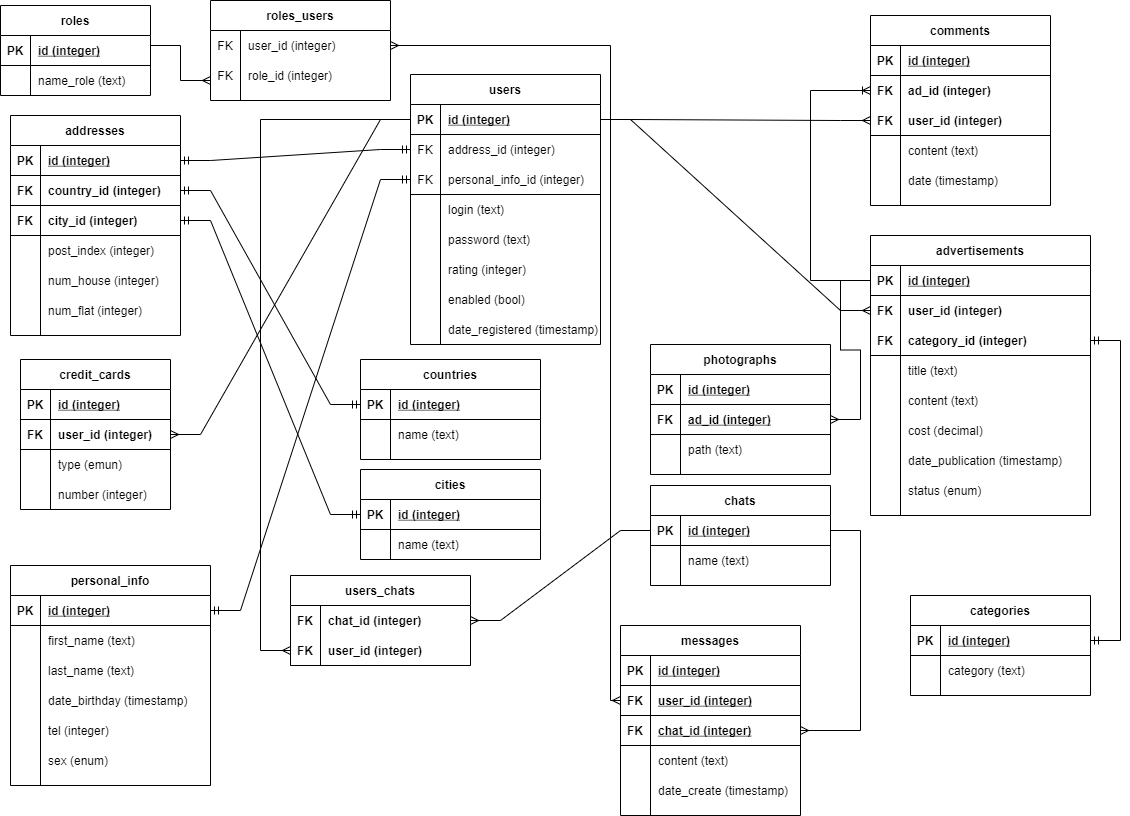
The draw.io diagram DiagramaSQL/ER-diagram.png in ElisBuh/PrivateAdvertisements, before a commit. Source tidied: cells renumbered, new cells last; positions are measured from the earlier drawing's top-left corner, leaving out a move shared by most shapes.
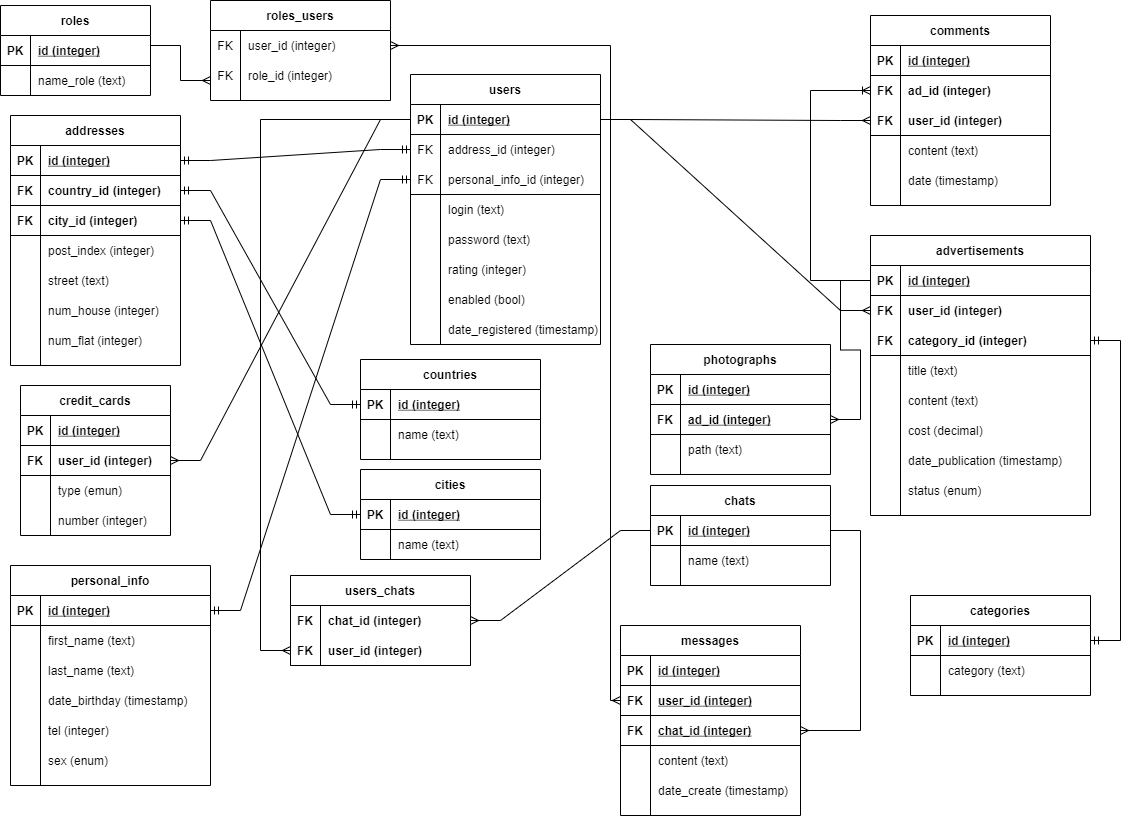
After the change.

Diff of the diagram source:
```diff
@@ -99,7 +99,7 @@
       <mxGeometry x="30" width="160" height="30" as="geometry" />
     </mxCell>
     <mxCell id="34" value="addresses" style="shape=table;startSize=30;rowLines=0;fontStyle=1;align=center;strokeColor=default;fillColor=none;" parent="1" vertex="1">
-      <mxGeometry x="10" y="115" width="170" height="220" as="geometry" />
+      <mxGeometry x="10" y="115" width="170" height="250" as="geometry" />
     </mxCell>
     <mxCell id="35" style="shape=partialRectangle;fillColor=none;top=0;left=0;bottom=1;right=0;points=[[0,0.5],[1,0.5]];portConstraint=eastwest;strokeColor=default;align=left;" parent="34" vertex="1">
       <mxGeometry y="30" width="170" height="30" as="geometry" />
@@ -128,17 +128,26 @@
     <mxCell id="43" value="city_id (integer)" style="shape=partialRectangle;fillColor=none;top=0;left=0;bottom=0;right=0;align=left;spacingLeft=6;fontStyle=1;overflow=hidden;strokeColor=default;" parent="41" vertex="1">
       <mxGeometry x="30" width="140" height="30" as="geometry" />
     </mxCell>
+    <mxCell id="210" style="shape=partialRectangle;fillColor=none;top=0;left=0;bottom=0;right=0;strokeColor=default;align=left;" parent="34" vertex="1">
+      <mxGeometry y="120" width="170" height="30" as="geometry" />
+    </mxCell>
+    <mxCell id="211" style="shape=partialRectangle;fillColor=none;top=0;left=0;bottom=0;right=0;overflow=hidden;strokeColor=default;align=left;" parent="210" vertex="1">
+      <mxGeometry width="30" height="30" as="geometry" />
+    </mxCell>
+    <mxCell id="212" value="post_index (integer)" style="shape=partialRectangle;fillColor=none;top=0;left=0;bottom=0;right=0;align=left;spacingLeft=6;overflow=hidden;strokeColor=default;" parent="210" vertex="1">
+      <mxGeometry x="30" width="140" height="30" as="geometry" />
+    </mxCell>
     <mxCell id="44" style="shape=partialRectangle;fillColor=none;top=0;left=0;bottom=0;right=0;strokeColor=default;align=left;" parent="34" vertex="1">
-      <mxGeometry y="120" width="170" height="30" as="geometry" />
+      <mxGeometry y="150" width="170" height="30" as="geometry" />
     </mxCell>
     <mxCell id="45" style="shape=partialRectangle;fillColor=none;top=0;left=0;bottom=0;right=0;overflow=hidden;strokeColor=default;align=left;" parent="44" vertex="1">
       <mxGeometry width="30" height="30" as="geometry" />
     </mxCell>
-    <mxCell id="46" value="post_index (integer)" style="shape=partialRectangle;fillColor=none;top=0;left=0;bottom=0;right=0;align=left;spacingLeft=6;overflow=hidden;strokeColor=default;" parent="44" vertex="1">
+    <mxCell id="46" value="street (text)" style="shape=partialRectangle;fillColor=none;top=0;left=0;bottom=0;right=0;align=left;spacingLeft=6;overflow=hidden;strokeColor=default;" parent="44" vertex="1">
       <mxGeometry x="30" width="140" height="30" as="geometry" />
     </mxCell>
     <mxCell id="47" style="shape=partialRectangle;fillColor=none;top=0;left=0;bottom=0;right=0;strokeColor=default;align=left;" parent="34" vertex="1">
-      <mxGeometry y="150" width="170" height="30" as="geometry" />
+      <mxGeometry y="180" width="170" height="30" as="geometry" />
     </mxCell>
     <mxCell id="48" style="shape=partialRectangle;fillColor=none;top=0;left=0;bottom=0;right=0;overflow=hidden;strokeColor=default;align=left;" parent="47" vertex="1">
       <mxGeometry width="30" height="30" as="geometry" />
@@ -147,7 +156,7 @@
       <mxGeometry x="30" width="140" height="30" as="geometry" />
     </mxCell>
     <mxCell id="50" style="shape=partialRectangle;fillColor=none;top=0;left=0;bottom=0;right=0;strokeColor=default;align=left;" parent="34" vertex="1">
-      <mxGeometry y="180" width="170" height="30" as="geometry" />
+      <mxGeometry y="210" width="170" height="30" as="geometry" />
     </mxCell>
     <mxCell id="51" style="shape=partialRectangle;fillColor=none;top=0;left=0;bottom=0;right=0;overflow=hidden;strokeColor=default;align=left;" parent="50" vertex="1">
       <mxGeometry width="30" height="30" as="geometry" />
@@ -156,7 +165,7 @@
       <mxGeometry x="30" width="140" height="30" as="geometry" />
     </mxCell>
     <mxCell id="53" value="credit_cards" style="shape=table;startSize=30;rowLines=0;fontStyle=1;align=center;" parent="1" vertex="1">
-      <mxGeometry x="20" y="359" width="150" height="150" as="geometry" />
+      <mxGeometry x="20" y="385" width="150" height="150" as="geometry" />
     </mxCell>
     <mxCell id="54" style="shape=partialRectangle;fillColor=none;top=0;left=0;bottom=1;right=0;" parent="53" vertex="1">
       <mxGeometry y="30" width="150" height="30" as="geometry" />
```
